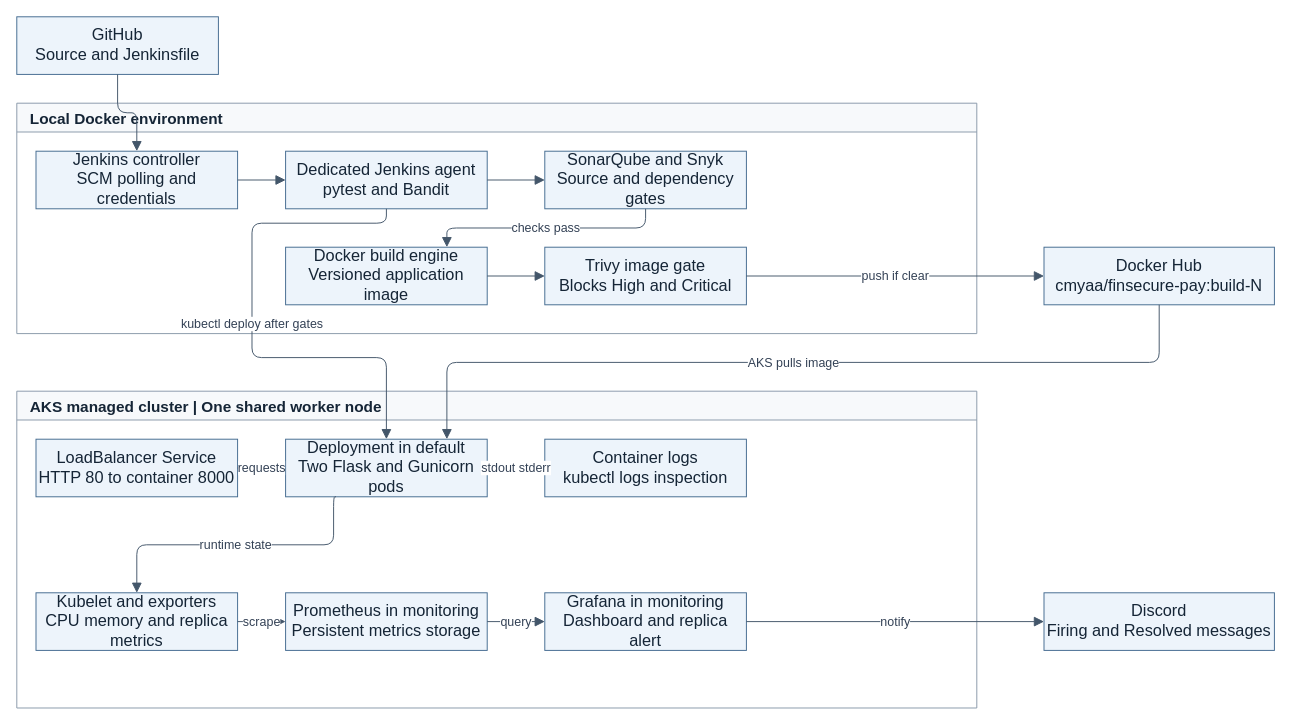
meiyun1995/capstone-finpay-cicd keeps this draw.io diagram as docs/assets/finsecure-architecture.drawio. Above is the earlier version. Source tidied: cells renumbered, new cells numbered last; positions are measured from the earlier drawing's top-left corner, leaving out a move shared by most shapes. Both pictures are drawn from the tidied source at 96%, with x=0, y=0 at pixel (16, 16).
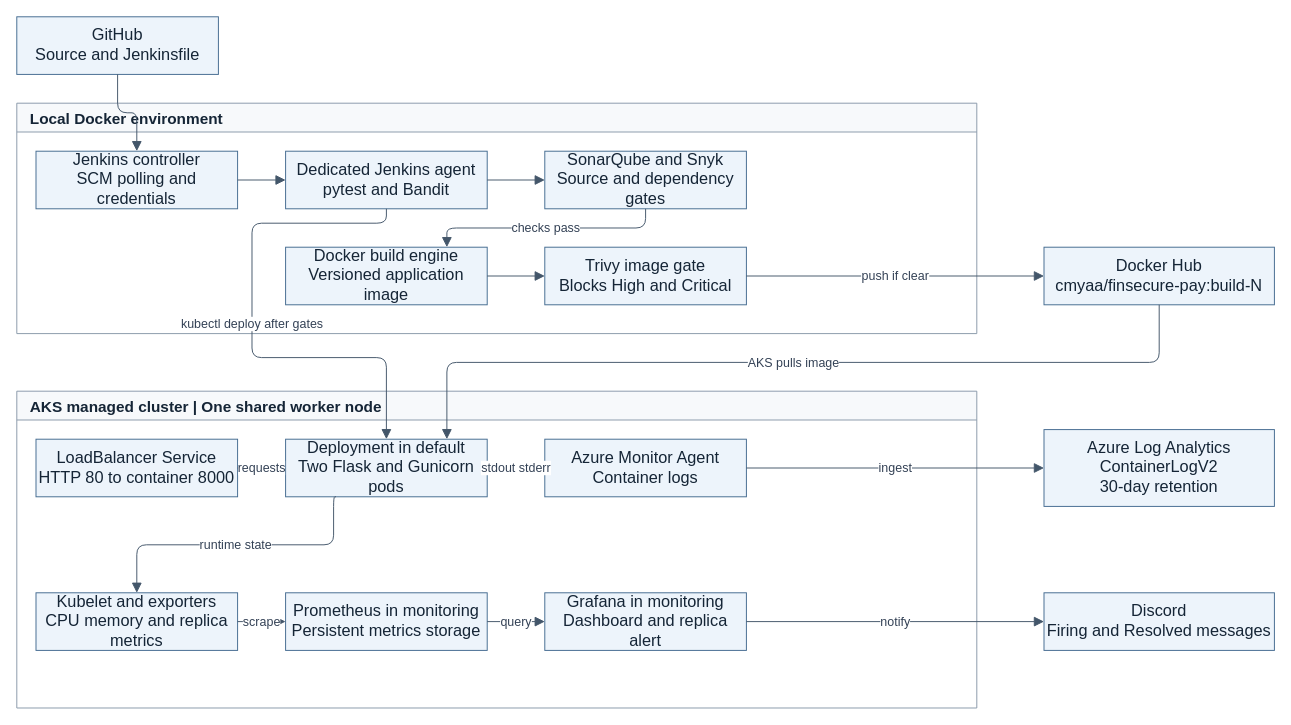
The same diagram, later.

Unchanged cells that the change refers to:
```xml
<mxCell id="10" value="AKS managed cluster   |   One shared worker node" style="swimlane;startSize=30;horizontal=1;fillColor=#f7f9fb;swimlaneFillColor=#ffffff;strokeColor=#8999aa;fontStyle=1;fontSize=16;align=left;spacingLeft=12;fontFamily=Arial;fontColor=#152536;" parent="1" vertex="1">
  <mxGeometry y="390" width="1000" height="330" as="geometry" />
</mxCell>
```

Diff of the diagram source:
```diff
@@
-    <mxCell id="13" value="Container logs&#10;kubectl logs inspection" style="rounded=0;whiteSpace=wrap;html=1;fillColor=#edf4fb;strokeColor=#446b90;fontSize=17;fontFamily=Arial;fontColor=#152536;" parent="10" vertex="1">
+    <mxCell id="13" value="Azure Monitor Agent&#10;Container logs" style="rounded=0;whiteSpace=wrap;html=1;fillColor=#edf4fb;strokeColor=#446b90;fontSize=17;fontFamily=Arial;fontColor=#152536;" parent="10" vertex="1">
       <mxGeometry x="550" y="50" width="210" height="60" as="geometry" />
     </mxCell>
+    <mxCell id="32" value="Azure Log Analytics&#10;ContainerLogV2&#10;30-day retention" style="rounded=0;whiteSpace=wrap;html=1;fillColor=#edf4fb;strokeColor=#446b90;fontSize=17;fontFamily=Arial;fontColor=#152536;" parent="1" vertex="1">
+      <mxGeometry x="1070" y="430" width="240" height="80" as="geometry" />
+    </mxCell>
@@
+    <mxCell id="33" value="ingest" style="edgeStyle=orthogonalEdgeStyle;rounded=1;jettySize=auto;html=1;endArrow=block;endSize=8;strokeColor=#43566a;fontColor=#334155;fontFamily=Arial;fontSize=13;labelBackgroundColor=#ffffff;exitX=1;exitY=0.5;entryX=0;entryY=0.5;" parent="1" edge="1" source="13" target="32">
+      <mxGeometry relative="1" as="geometry" />
+    </mxCell>
```
